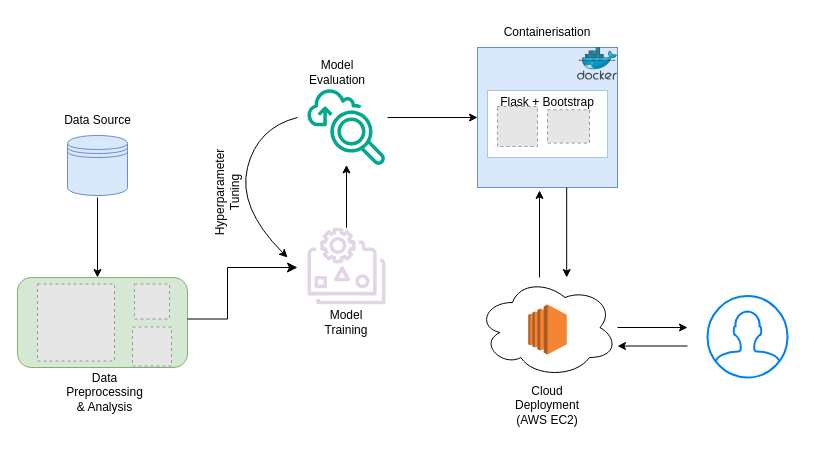
Before: resources/diagram.drawio in PhikoSamka/Medication-Adherence, a draw.io diagram. Source tidied: cells renumbered, new cells numbered last; positions are measured from the earlier drawing's top-left corner, leaving out a move shared by most shapes. Both pictures are drawn from the tidied source at 100%, with x=0, y=0 at pixel (17, 17). Pictures stored in the file or linked from it are replaced by grey dashed boxes.
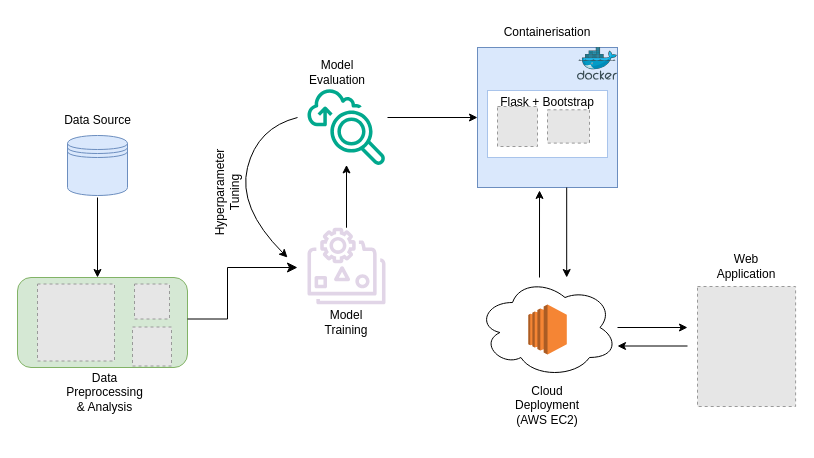
The same page after the edit.

Diff of the diagram source:
```diff
@@
-    <mxCell id="26" style="html=1;verticalLabelPosition=bottom;align=center;labelBackgroundColor=#ffffff;verticalAlign=top;strokeWidth=2;strokeColor=#0080F0;shadow=0;dashed=0;shape=mxgraph.ios7.icons.user;" parent="1" vertex="1">
-      <mxGeometry x="690" y="278.5" width="80" height="81.5" as="geometry" />
-    </mxCell>
@@
+    <mxCell id="34" style="fillColor=#E6E6E6;strokeColor=#999999;dashed=1;verticalLabelPosition=bottom;labelBackgroundColor=default;verticalAlign=top;" parent="1" vertex="1">
+      <mxGeometry x="680" y="269" width="98.1" height="120" as="geometry" />
+    </mxCell>
+    <mxCell id="35" value="Web Application" style="text;html=1;align=center;verticalAlign=middle;whiteSpace=wrap;rounded=0;" parent="1" vertex="1">
+      <mxGeometry x="699.1" y="233.5" width="60" height="30" as="geometry" />
+    </mxCell>
```
